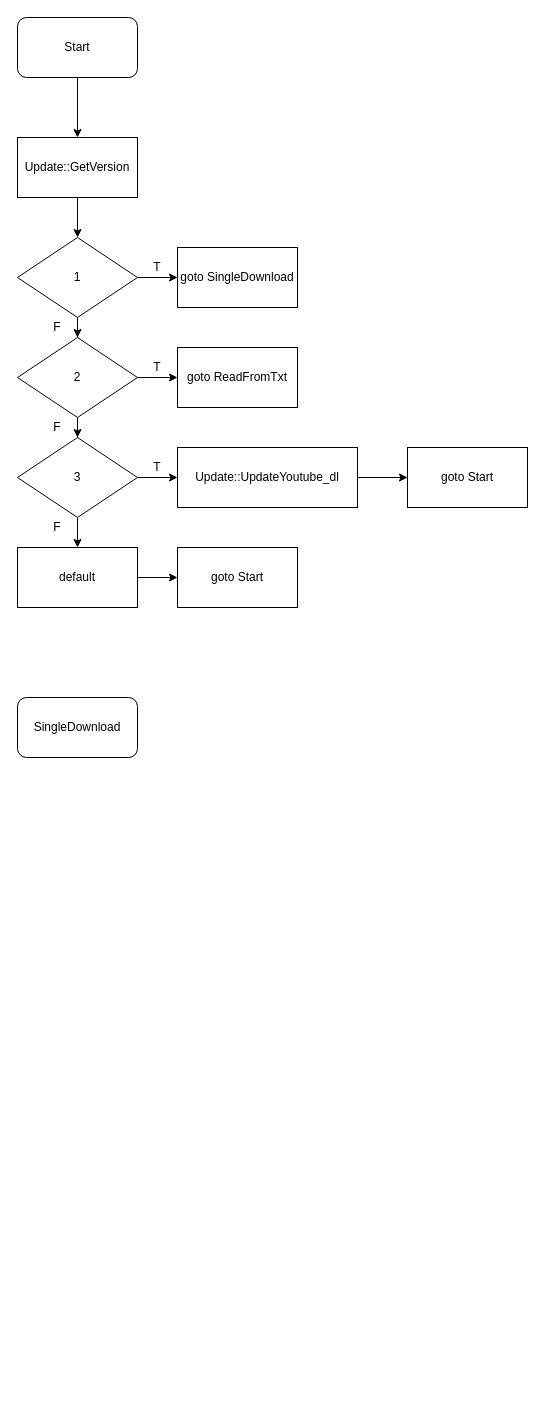
This is docs/Xtdl_flowchart.drawio from Stardusstt/Xtdl, a draw.io file, before an edit. Source tidied: cells renumbered, new cells numbered last; positions are measured from the earlier drawing's top-left corner, leaving out a move shared by most shapes. Both pictures are drawn from the tidied source at 100%, with x=0, y=0 at pixel (17, 17).
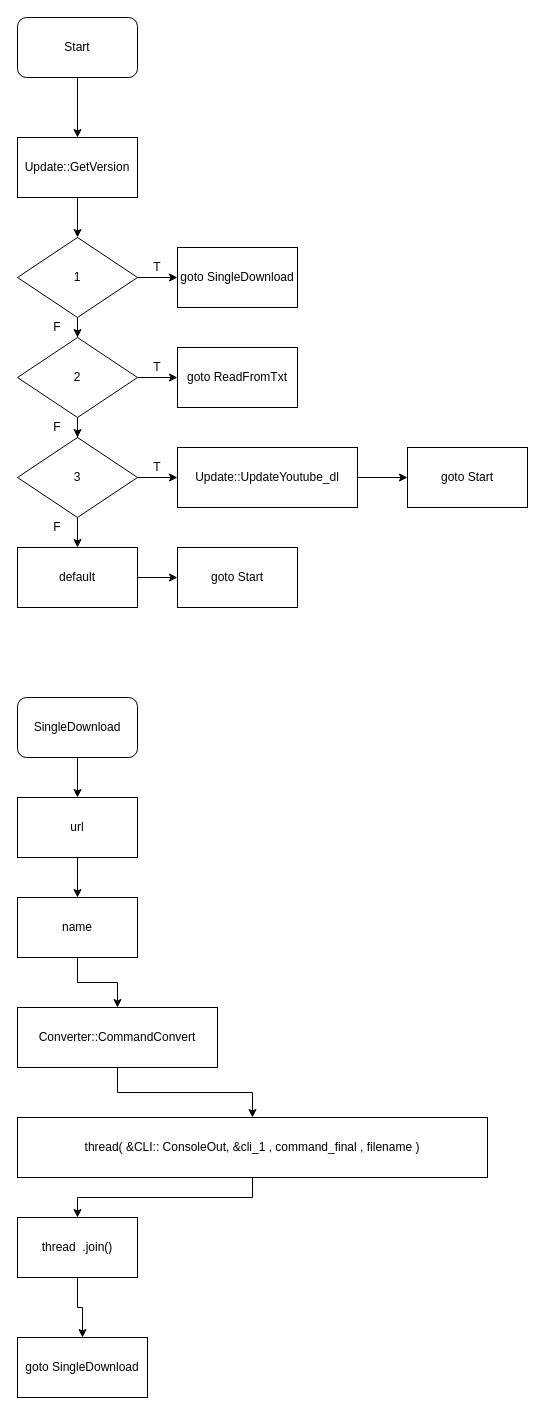
The same diagram, later.

Unchanged cells that the change refers to:
```xml
<mxCell id="29" value="SingleDownload" style="rounded=1;whiteSpace=wrap;html=1;" parent="1" vertex="1">
  <mxGeometry y="680" width="120" height="60" as="geometry" />
</mxCell>
```

Change to the diagram source:
```diff
@@
+    <mxCell id="30" style="edgeStyle=orthogonalEdgeStyle;rounded=0;jettySize=auto;html=1;" parent="1" edge="1" source="29" target="32">
+      <mxGeometry relative="1" as="geometry" />
+    </mxCell>
@@
+    <mxCell id="31" style="edgeStyle=orthogonalEdgeStyle;rounded=0;jettySize=auto;html=1;" parent="1" edge="1" source="32" target="34">
+      <mxGeometry relative="1" as="geometry" />
+    </mxCell>
+    <mxCell id="32" value="url" style="rounded=0;whiteSpace=wrap;html=1;" parent="1" vertex="1">
+      <mxGeometry y="780" width="120" height="60" as="geometry" />
+    </mxCell>
+    <mxCell id="33" style="edgeStyle=orthogonalEdgeStyle;rounded=0;jettySize=auto;html=1;" parent="1" edge="1" source="34" target="36">
+      <mxGeometry relative="1" as="geometry" />
+    </mxCell>
+    <mxCell id="34" value="name" style="rounded=0;whiteSpace=wrap;html=1;" parent="1" vertex="1">
+      <mxGeometry y="880" width="120" height="60" as="geometry" />
+    </mxCell>
+    <mxCell id="35" style="edgeStyle=orthogonalEdgeStyle;rounded=0;jettySize=auto;html=1;" parent="1" edge="1" source="36" target="38">
+      <mxGeometry relative="1" as="geometry" />
+    </mxCell>
+    <mxCell id="36" value="Converter::CommandConvert" style="rounded=0;whiteSpace=wrap;html=1;" parent="1" vertex="1">
+      <mxGeometry y="990" width="200" height="60" as="geometry" />
+    </mxCell>
+    <mxCell id="37" style="edgeStyle=orthogonalEdgeStyle;rounded=0;jettySize=auto;html=1;" parent="1" edge="1" source="38" target="40">
+      <mxGeometry relative="1" as="geometry" />
+    </mxCell>
+    <mxCell id="38" value="thread( &amp;amp;CLI:: ConsoleOut, &amp;amp;cli_1 , command_final , filename )" style="rounded=0;whiteSpace=wrap;html=1;" parent="1" vertex="1">
+      <mxGeometry y="1100" width="470" height="60" as="geometry" />
+    </mxCell>
+    <mxCell id="39" style="edgeStyle=orthogonalEdgeStyle;rounded=0;jettySize=auto;html=1;" parent="1" edge="1" source="40" target="41">
+      <mxGeometry relative="1" as="geometry" />
+    </mxCell>
+    <mxCell id="40" value="thread&amp;nbsp;&amp;nbsp;.join()" style="rounded=0;whiteSpace=wrap;html=1;" parent="1" vertex="1">
+      <mxGeometry y="1200" width="120" height="60" as="geometry" />
+    </mxCell>
+    <mxCell id="41" value="goto SingleDownload" style="rounded=0;whiteSpace=wrap;html=1;" parent="1" vertex="1">
+      <mxGeometry y="1320" width="130" height="60" as="geometry" />
+    </mxCell>
```
